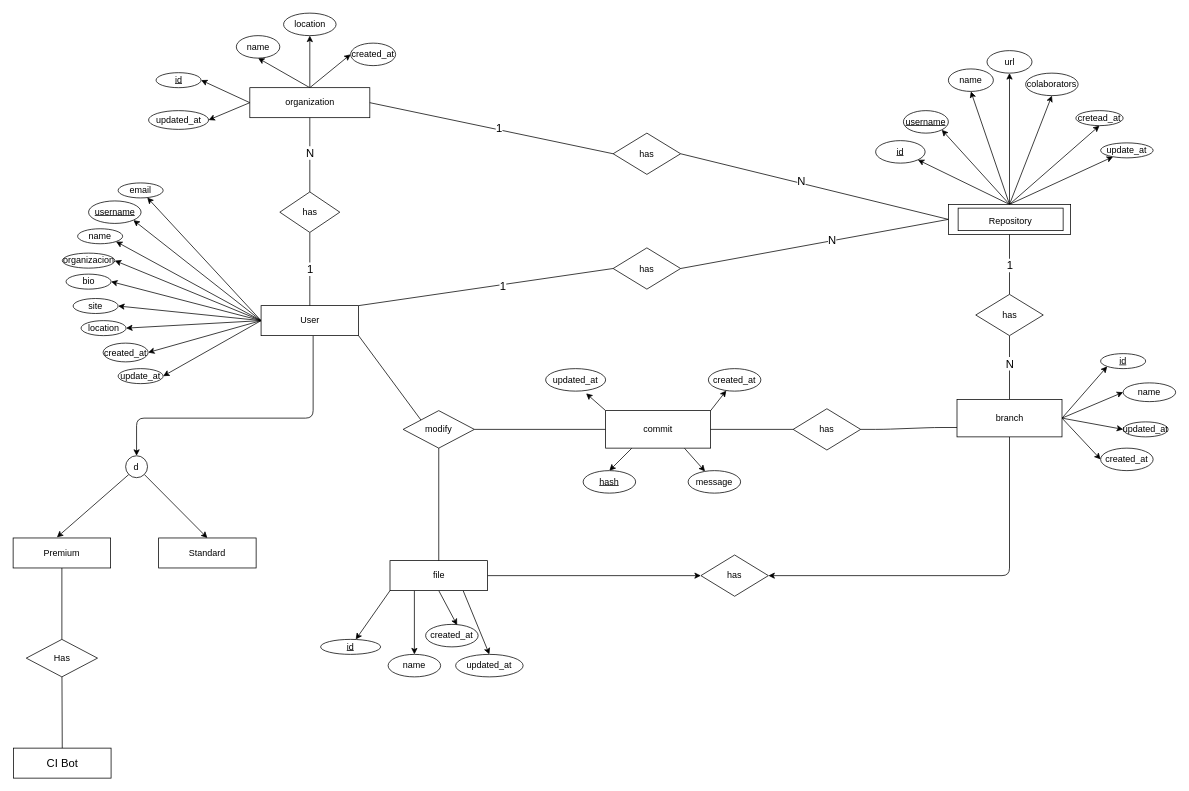
Before: ER/GitBoomer Entity-Relationship diagram1.drawio in mateusgomes01/gdi-project-2020-1, a draw.io diagram. Source tidied: cells renumbered, new cells numbered last; positions are measured from the earlier drawing's top-left corner, leaving out a move shared by most shapes. Both pictures are drawn from the tidied source at 75%, with x=0, y=0 at pixel (13, 13).
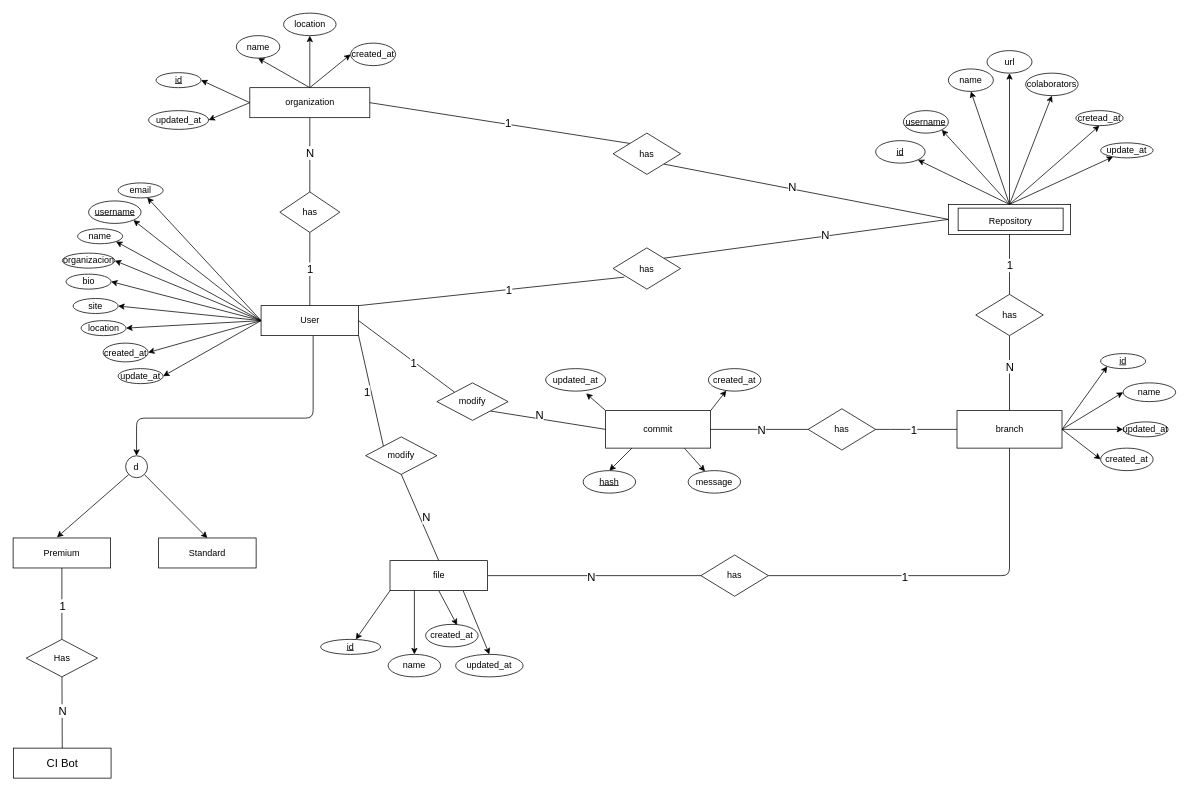
The same diagram, later.

Commit message:
More adjusts to relation

Unchanged cells that the change refers to:
```xml
<mxCell id="12" value="User" style="whiteSpace=wrap;html=1;align=center;" parent="1" vertex="1">
  <mxGeometry x="330.6" y="390" width="130" height="40" as="geometry" />
</mxCell>
<mxCell id="26" value="has" style="shape=rhombus;perimeter=rhombusPerimeter;whiteSpace=wrap;html=1;align=center;" parent="1" vertex="1">
  <mxGeometry x="800" y="313" width="90" height="55" as="geometry" />
</mxCell>
<mxCell id="27" style="rounded=1;jettySize=auto;html=1;entryX=1;entryY=1;entryDx=0;entryDy=0;fontSize=15;startArrow=none;startFill=0;endArrow=none;endFill=0;exitX=0;exitY=0;exitDx=0;exitDy=0;" parent="1" edge="1" source="29" target="12">
  <mxGeometry relative="1" as="geometry" />
</mxCell>
<mxCell id="47" value="file " style="whiteSpace=wrap;html=1;align=center;" parent="1" vertex="1">
  <mxGeometry x="502.5" y="730" width="130" height="40" as="geometry" />
</mxCell>
<mxCell id="52" style="endArrow=none;html=1;rounded=0;entryX=0.5;entryY=0;entryDx=0;entryDy=0;exitX=0.5;exitY=1;exitDx=0;exitDy=0;" parent="1" edge="1" source="29" target="47">
  <mxGeometry relative="1" as="geometry" />
</mxCell>
<mxCell id="57" value="commit" style="whiteSpace=wrap;html=1;align=center;" parent="1" vertex="1">
  <mxGeometry x="790" y="530" width="140" height="50" as="geometry" />
</mxCell>
<mxCell id="69" value="organization" style="whiteSpace=wrap;html=1;align=center;" parent="1" vertex="1">
  <mxGeometry x="315.6" y="99.4" width="160" height="40" as="geometry" />
</mxCell>
<mxCell id="87" style="endArrow=none;html=1;rounded=0;exitX=1;exitY=0.5;exitDx=0;exitDy=0;" parent="1" edge="1" source="57" target="63">
  <mxGeometry relative="1" as="geometry" />
</mxCell>
<mxCell id="97" value="has" style="shape=rhombus;perimeter=rhombusPerimeter;whiteSpace=wrap;html=1;align=center;" parent="1" vertex="1">
  <mxGeometry x="917" y="722.5" width="90" height="55" as="geometry" />
</mxCell>
<mxCell id="101" style="edgeStyle=none;rounded=1;jettySize=auto;html=1;entryX=0.5;entryY=0;entryDx=0;entryDy=0;fontSize=15;startArrow=none;startFill=0;endArrow=none;endFill=0;" parent="1" edge="1" source="102" target="111">
  <mxGeometry relative="1" as="geometry" />
</mxCell>
<mxCell id="105" value="repository" style="whiteSpace=wrap;html=1;align=center;" parent="104" vertex="1">
  <mxGeometry width="163" height="40" as="geometry" />
</mxCell>
<mxCell id="110" style="edgeStyle=none;rounded=1;jettySize=auto;html=1;fontSize=15;startArrow=none;startFill=0;endArrow=none;endFill=0;" parent="1" edge="1" source="111" target="109">
  <mxGeometry relative="1" as="geometry" />
</mxCell>
<mxCell id="116" value="has" style="shape=rhombus;perimeter=rhombusPerimeter;whiteSpace=wrap;html=1;align=center;" parent="1" vertex="1">
  <mxGeometry x="800" y="160" width="90" height="55" as="geometry" />
</mxCell>
```

The edit, as a diff of the source:
```diff
@@
-    <mxCell id="22" style="rounded=1;jettySize=auto;html=1;entryX=1;entryY=0;entryDx=0;entryDy=0;fontSize=15;startArrow=none;startFill=0;endArrow=none;endFill=0;exitX=0;exitY=0.5;exitDx=0;exitDy=0;" parent="1" edge="1" source="26" target="12">
+    <mxCell id="22" style="rounded=1;jettySize=auto;html=1;entryX=1;entryY=0;entryDx=0;entryDy=0;fontSize=15;startArrow=none;startFill=0;endArrow=none;endFill=0;exitX=0.167;exitY=0.709;exitDx=0;exitDy=0;exitPerimeter=0;" parent="1" edge="1" source="26" target="12">
       <mxGeometry relative="1" as="geometry" />
     </mxCell>
@@
-    <mxCell id="24" style="edgeStyle=none;rounded=1;jettySize=auto;html=1;exitX=1;exitY=0.5;exitDx=0;exitDy=0;entryX=0;entryY=0.5;entryDx=0;entryDy=0;fontSize=15;startArrow=none;startFill=0;endArrow=none;endFill=0;" parent="1" edge="1" source="26" target="105">
+    <mxCell id="24" style="edgeStyle=none;rounded=1;jettySize=auto;html=1;exitX=1;exitY=0;exitDx=0;exitDy=0;entryX=0;entryY=0.5;entryDx=0;entryDy=0;fontSize=15;startArrow=none;startFill=0;endArrow=none;endFill=0;" parent="1" edge="1" source="26" target="105">
       <mxGeometry relative="1" as="geometry" />
     </mxCell>
@@
+    <mxCell id="117" value="1" style="edgeLabel;html=1;align=center;verticalAlign=middle;fontSize=15;" parent="27" vertex="1">
+      <mxGeometry x="-0.21" relative="1" as="geometry">
+        <mxPoint x="-9" y="-14" as="offset" />
+      </mxGeometry>
+    </mxCell>
-    <mxCell id="28" style="edgeStyle=none;rounded=1;jettySize=auto;html=1;exitX=1;exitY=0.5;exitDx=0;exitDy=0;entryX=0;entryY=0.5;entryDx=0;entryDy=0;fontSize=15;startArrow=none;startFill=0;endArrow=none;endFill=0;" parent="1" edge="1" source="29" target="57">
+    <mxCell id="28" style="edgeStyle=none;rounded=1;jettySize=auto;html=1;exitX=1;exitY=1;exitDx=0;exitDy=0;entryX=0;entryY=0.5;entryDx=0;entryDy=0;fontSize=15;startArrow=none;startFill=0;endArrow=none;endFill=0;" parent="1" edge="1" source="128" target="57">
       <mxGeometry relative="1" as="geometry" />
     </mxCell>
+    <mxCell id="118" value="N" style="edgeLabel;html=1;align=center;verticalAlign=middle;fontSize=15;" parent="28" vertex="1">
+      <mxGeometry x="0.26" y="-1" relative="1" as="geometry">
+        <mxPoint x="-31" y="-12" as="offset" />
+      </mxGeometry>
+    </mxCell>
     <mxCell id="29" value="modify" style="shape=rhombus;perimeter=rhombusPerimeter;whiteSpace=wrap;html=1;align=center;" parent="1" vertex="1">
-      <mxGeometry x="520" y="530" width="95" height="50" as="geometry" />
+      <mxGeometry x="470" y="565" width="95" height="50" as="geometry" />
     </mxCell>
@@
-    <mxCell id="46" style="edgeStyle=orthogonalEdgeStyle;rounded=1;jettySize=auto;html=1;exitX=1;exitY=0.5;exitDx=0;exitDy=0;entryX=0;entryY=0.5;entryDx=0;entryDy=0;" parent="1" edge="1" source="47" target="97">
+    <mxCell id="46" style="edgeStyle=orthogonalEdgeStyle;rounded=1;jettySize=auto;html=1;exitX=1;exitY=0.5;exitDx=0;exitDy=0;entryX=0;entryY=0.5;entryDx=0;entryDy=0;endArrow=none;endFill=0;" parent="1" edge="1" source="47" target="97">
       <mxGeometry relative="1" as="geometry" />
     </mxCell>
+    <mxCell id="119" value="N" style="edgeLabel;html=1;align=center;verticalAlign=middle;fontSize=15;" parent="46" vertex="1">
+      <mxGeometry x="-0.08" relative="1" as="geometry">
+        <mxPoint x="7" as="offset" />
+      </mxGeometry>
+    </mxCell>
@@
+    <mxCell id="120" value="N" style="edgeLabel;html=1;align=center;verticalAlign=middle;fontSize=15;" parent="52" vertex="1">
+      <mxGeometry x="0.32" y="1" relative="1" as="geometry">
+        <mxPoint x="-1" y="-19" as="offset" />
+      </mxGeometry>
+    </mxCell>
@@
     <mxCell id="63" value="has" style="shape=rhombus;perimeter=rhombusPerimeter;whiteSpace=wrap;html=1;align=center;" parent="1" vertex="1">
-      <mxGeometry x="1040" y="527.5" width="90" height="55" as="geometry" />
+      <mxGeometry x="1060" y="527.5" width="90" height="55" as="geometry" />
     </mxCell>
@@
-    <mxCell id="79" style="edgeStyle=orthogonalEdgeStyle;jettySize=auto;html=1;exitX=0.5;exitY=1;exitDx=0;exitDy=0;entryX=1;entryY=0.5;entryDx=0;entryDy=0;rounded=1;" parent="1" edge="1" source="82" target="97">
+    <mxCell id="79" style="edgeStyle=orthogonalEdgeStyle;jettySize=auto;html=1;exitX=0.5;exitY=1;exitDx=0;exitDy=0;entryX=1;entryY=0.5;entryDx=0;entryDy=0;rounded=1;endArrow=none;endFill=0;" parent="1" edge="1" source="82" target="97">
       <mxGeometry relative="1" as="geometry" />
     </mxCell>
+    <mxCell id="121" value="1" style="edgeLabel;html=1;align=center;verticalAlign=middle;fontSize=15;" parent="79" vertex="1">
+      <mxGeometry x="0.55" y="-2" relative="1" as="geometry">
+        <mxPoint x="71" y="2" as="offset" />
+      </mxGeometry>
+    </mxCell>
@@
     <mxCell id="82" value="branch" style="whiteSpace=wrap;html=1;align=center;" parent="1" vertex="1">
-      <mxGeometry x="1258.5" y="515" width="140" height="50" as="geometry" />
+      <mxGeometry x="1258.5" y="530" width="140" height="50" as="geometry" />
     </mxCell>
@@
+    <mxCell id="122" value="N" style="edgeLabel;html=1;align=center;verticalAlign=middle;fontSize=15;" parent="87" vertex="1">
+      <mxGeometry x="0.47" y="-2" relative="1" as="geometry">
+        <mxPoint x="-29" y="-2" as="offset" />
+      </mxGeometry>
+    </mxCell>
-    <mxCell id="88" style="edgeStyle=entityRelationEdgeStyle;fontSize=12;html=1;endArrow=none;endFill=0;entryX=0;entryY=0.75;entryDx=0;entryDy=0;exitX=1;exitY=0.5;exitDx=0;exitDy=0;" parent="1" edge="1" source="63" target="82">
+    <mxCell id="88" style="edgeStyle=entityRelationEdgeStyle;fontSize=12;html=1;endArrow=none;endFill=0;entryX=0;entryY=0.5;entryDx=0;entryDy=0;exitX=1;exitY=0.5;exitDx=0;exitDy=0;" parent="1" edge="1" source="63" target="82">
       <mxGeometry relative="1" as="geometry" />
     </mxCell>
+    <mxCell id="123" value="1" style="edgeLabel;html=1;align=center;verticalAlign=middle;fontSize=15;" parent="88" vertex="1">
+      <mxGeometry x="-0.45" relative="1" as="geometry">
+        <mxPoint x="20" as="offset" />
+      </mxGeometry>
+    </mxCell>
@@
+    <mxCell id="124" value="1" style="edgeLabel;html=1;align=center;verticalAlign=middle;fontSize=15;" parent="101" vertex="1">
+      <mxGeometry x="-0.37" y="-1" relative="1" as="geometry">
+        <mxPoint x="1" y="20" as="offset" />
+      </mxGeometry>
+    </mxCell>
@@
+    <mxCell id="125" value="N" style="edgeLabel;html=1;align=center;verticalAlign=middle;fontSize=15;" parent="110" vertex="1">
+      <mxGeometry x="0.22" y="-3" relative="1" as="geometry">
+        <mxPoint x="3" y="-13" as="offset" />
+      </mxGeometry>
+    </mxCell>
@@
-    <mxCell id="112" style="edgeStyle=none;rounded=1;jettySize=auto;html=1;entryX=1;entryY=0.5;entryDx=0;entryDy=0;fontSize=15;startArrow=none;startFill=0;endArrow=none;endFill=0;exitX=0;exitY=0.5;exitDx=0;exitDy=0;" parent="1" edge="1" source="116" target="69">
+    <mxCell id="112" style="edgeStyle=none;rounded=1;jettySize=auto;html=1;entryX=1;entryY=0.5;entryDx=0;entryDy=0;fontSize=15;startArrow=none;startFill=0;endArrow=none;endFill=0;exitX=0;exitY=0;exitDx=0;exitDy=0;" parent="1" edge="1" source="116" target="69">
       <mxGeometry relative="1" as="geometry" />
     </mxCell>
@@
-    <mxCell id="114" style="edgeStyle=none;rounded=1;jettySize=auto;html=1;entryX=0;entryY=0.5;entryDx=0;entryDy=0;fontSize=15;startArrow=none;startFill=0;endArrow=none;endFill=0;exitX=1;exitY=0.5;exitDx=0;exitDy=0;" parent="1" edge="1" source="116" target="105">
+    <mxCell id="114" style="edgeStyle=none;rounded=1;jettySize=auto;html=1;entryX=0;entryY=0.5;entryDx=0;entryDy=0;fontSize=15;startArrow=none;startFill=0;endArrow=none;endFill=0;exitX=1;exitY=1;exitDx=0;exitDy=0;" parent="1" edge="1" source="116" target="105">
       <mxGeometry relative="1" as="geometry" />
     </mxCell>
@@
+    <mxCell id="126" style="edgeStyle=none;rounded=1;jettySize=auto;html=1;exitX=0;exitY=0;exitDx=0;exitDy=0;entryX=1;entryY=0.5;entryDx=0;entryDy=0;fontSize=15;startArrow=none;startFill=0;endArrow=none;endFill=0;" parent="1" edge="1" source="128" target="12">
+      <mxGeometry relative="1" as="geometry" />
+    </mxCell>
+    <mxCell id="127" value="1" style="edgeLabel;html=1;align=center;verticalAlign=middle;fontSize=15;" parent="126" vertex="1">
+      <mxGeometry x="-0.19" y="1" relative="1" as="geometry">
+        <mxPoint x="-3" y="-2" as="offset" />
+      </mxGeometry>
+    </mxCell>
+    <mxCell id="128" value="modify" style="shape=rhombus;perimeter=rhombusPerimeter;whiteSpace=wrap;html=1;align=center;" parent="1" vertex="1">
+      <mxGeometry x="565" y="493" width="95" height="50" as="geometry" />
+    </mxCell>
```
